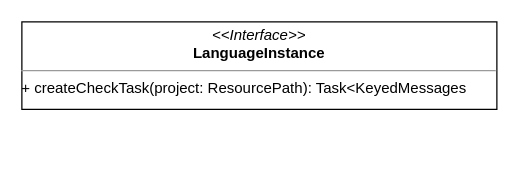
This is page "LanguageInstance" (15 of 16) of Spoofax3 Diagrams.drawio from AZWN/Spoofax-pie-diagrams, a draw.io file, before an edit. Source tidied: cells renumbered, new cells numbered last; positions are measured from the earlier drawing's top-left corner, leaving out a move shared by most shapes. Both pictures are drawn from the tidied source at 125%, with x=0, y=0 at pixel (21, 21).
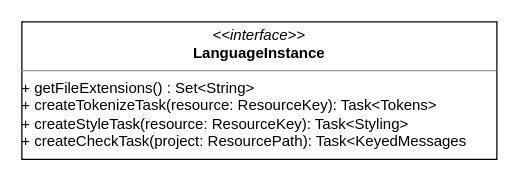
The same page after the edit.

Commit message (it also covers changes not shown here):
MLA task hierarchy

Change to the diagram source:
```diff
@@
 <mxGraphModel>
   <root>
     <mxCell id="0" />
     <mxCell id="1" parent="0" />
-    <mxCell id="2" value="&lt;p style=&quot;margin: 0px ; margin-top: 4px ; text-align: center&quot;&gt;&lt;i&gt;&amp;lt;&amp;lt;Interface&amp;gt;&amp;gt;&lt;/i&gt;&lt;br&gt;&lt;b&gt;LanguageInstance&lt;/b&gt;&lt;/p&gt;&lt;hr size=&quot;1&quot;&gt;+ createCheckTask(project: ResourcePath): Task&amp;lt;KeyedMessages" style="verticalAlign=top;align=left;overflow=fill;fontSize=12;fontFamily=Helvetica;html=1;" parent="1" vertex="1">
-      <mxGeometry width="380" height="70" as="geometry" />
+    <mxCell id="2" value="&lt;p style=&quot;margin: 0px ; margin-top: 4px ; text-align: center&quot;&gt;&lt;i&gt;&amp;lt;&amp;lt;interface&amp;gt;&amp;gt;&lt;/i&gt;&lt;br&gt;&lt;b&gt;LanguageInstance&lt;/b&gt;&lt;/p&gt;&lt;hr size=&quot;1&quot;&gt;+ getFileExtensions() : Set&amp;lt;String&amp;gt;&lt;br&gt;+ createTokenizeTask(resource: ResourceKey): Task&amp;lt;Tokens&amp;gt;&lt;br&gt;+ createStyleTask(resource: ResourceKey): Task&amp;lt;Styling&amp;gt;&lt;br&gt;+ createCheckTask(project: ResourcePath): Task&amp;lt;KeyedMessages" style="verticalAlign=top;align=left;overflow=fill;fontSize=12;fontFamily=Helvetica;html=1;" parent="1" vertex="1">
+      <mxGeometry width="380" height="110" as="geometry" />
     </mxCell>
   </root>
 </mxGraphModel>
```
